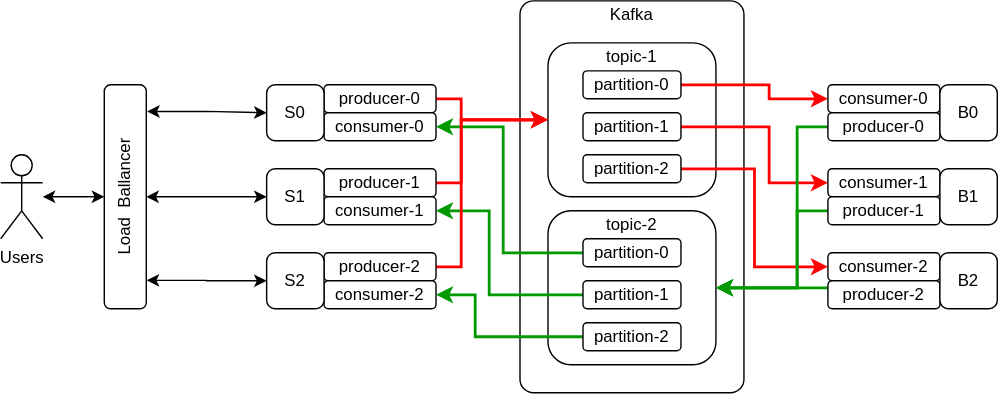
The draw.io diagram spring-kafka/docs/cluster/kafka-cluster-topics.svg in jveverka/spring-examples, before a commit. Source tidied: cells renumbered, new cells last; positions are measured from the earlier drawing's top-left corner, leaving out a move shared by most shapes.
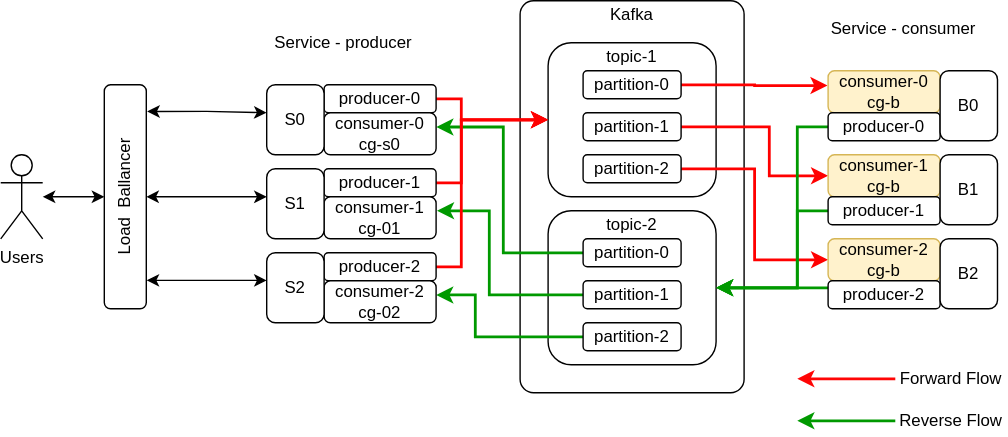
After the commit.

Change to the diagram source:
```diff
@@ -14,13 +14,8 @@
     <mxCell id="5" value="topic-1" style="text;html=1;strokeColor=none;fillColor=none;align=center;verticalAlign=middle;whiteSpace=wrap;rounded=0;" parent="1" vertex="1">
       <mxGeometry x="431" y="30" width="40" height="20" as="geometry" />
     </mxCell>
-    <mxCell id="6" style="edgeStyle=orthogonalEdgeStyle;rounded=0;jettySize=auto;html=1;entryX=0;entryY=0.5;entryDx=0;entryDy=0;strokeColor=#FF0000;strokeWidth=2;" parent="1" edge="1" source="7" target="22">
-      <mxGeometry relative="1" as="geometry">
-        <Array as="points">
-          <mxPoint x="549" y="60" />
-          <mxPoint x="549" y="70" />
-        </Array>
-      </mxGeometry>
+    <mxCell id="6" style="edgeStyle=orthogonalEdgeStyle;rounded=0;jettySize=auto;html=1;entryX=-0.005;entryY=0.352;entryDx=0;entryDy=0;strokeColor=#FF0000;strokeWidth=2;entryPerimeter=0;" parent="1" edge="1" source="7" target="22">
+      <mxGeometry relative="1" as="geometry" />
     </mxCell>
     <mxCell id="7" value="partition-0" style="rounded=1;whiteSpace=wrap;html=1;" parent="1" vertex="1">
       <mxGeometry x="416" y="50" width="70" height="20" as="geometry" />
@@ -29,7 +24,7 @@
       <mxGeometry relative="1" as="geometry">
         <Array as="points">
           <mxPoint x="549" y="90" />
-          <mxPoint x="549" y="130" />
+          <mxPoint x="549" y="125" />
         </Array>
       </mxGeometry>
     </mxCell>
@@ -48,7 +43,7 @@
     <mxCell id="13" value="topic-2" style="text;html=1;strokeColor=none;fillColor=none;align=center;verticalAlign=middle;whiteSpace=wrap;rounded=0;" parent="1" vertex="1">
       <mxGeometry x="431" y="150" width="40" height="20" as="geometry" />
     </mxCell>
-    <mxCell id="14" style="edgeStyle=orthogonalEdgeStyle;rounded=0;jettySize=auto;html=1;entryX=1;entryY=0.5;entryDx=0;entryDy=0;strokeColor=#009900;strokeWidth=2;" parent="1" edge="1" source="15" target="35">
+    <mxCell id="14" style="edgeStyle=orthogonalEdgeStyle;rounded=0;jettySize=auto;html=1;entryX=1.002;entryY=0.338;entryDx=0;entryDy=0;strokeColor=#009900;strokeWidth=2;entryPerimeter=0;" parent="1" edge="1" source="15" target="35">
       <mxGeometry relative="1" as="geometry">
         <Array as="points">
           <mxPoint x="359" y="180" />
@@ -59,7 +54,7 @@
     <mxCell id="15" value="partition-0" style="rounded=1;whiteSpace=wrap;html=1;" parent="1" vertex="1">
       <mxGeometry x="416" y="170" width="70" height="20" as="geometry" />
     </mxCell>
-    <mxCell id="16" style="edgeStyle=orthogonalEdgeStyle;rounded=0;jettySize=auto;html=1;entryX=1;entryY=0.5;entryDx=0;entryDy=0;strokeColor=#009900;strokeWidth=2;" parent="1" edge="1" source="17" target="36">
+    <mxCell id="16" style="edgeStyle=orthogonalEdgeStyle;rounded=0;jettySize=auto;html=1;entryX=1.008;entryY=0.334;entryDx=0;entryDy=0;strokeColor=#009900;strokeWidth=2;entryPerimeter=0;" parent="1" edge="1" source="17" target="36">
       <mxGeometry relative="1" as="geometry">
         <Array as="points">
           <mxPoint x="349" y="210" />
@@ -70,7 +65,7 @@
     <mxCell id="17" value="partition-1" style="rounded=1;whiteSpace=wrap;html=1;" parent="1" vertex="1">
       <mxGeometry x="416" y="200" width="70" height="20" as="geometry" />
     </mxCell>
-    <mxCell id="18" style="edgeStyle=orthogonalEdgeStyle;rounded=0;jettySize=auto;html=1;entryX=1;entryY=0.5;entryDx=0;entryDy=0;strokeColor=#009900;strokeWidth=2;" parent="1" edge="1" source="19" target="37">
+    <mxCell id="18" style="edgeStyle=orthogonalEdgeStyle;rounded=0;jettySize=auto;html=1;entryX=1.001;entryY=0.338;entryDx=0;entryDy=0;strokeColor=#009900;strokeWidth=2;entryPerimeter=0;" parent="1" edge="1" source="19" target="37">
       <mxGeometry relative="1" as="geometry">
         <Array as="points">
           <mxPoint x="339" y="240" />
@@ -92,14 +87,14 @@
     <mxCell id="21" value="producer-0" style="rounded=1;whiteSpace=wrap;html=1;" parent="1" vertex="1">
       <mxGeometry x="231" y="60" width="80" height="20" as="geometry" />
     </mxCell>
-    <mxCell id="22" value="consumer-0" style="rounded=1;whiteSpace=wrap;html=1;" parent="1" vertex="1">
-      <mxGeometry x="591" y="60" width="80" height="20" as="geometry" />
+    <mxCell id="22" value="consumer-0&lt;br&gt;cg-b" style="rounded=1;whiteSpace=wrap;html=1;fillColor=#fff2cc;strokeColor=#d6b656;" parent="1" vertex="1">
+      <mxGeometry x="591" y="50" width="80" height="30" as="geometry" />
     </mxCell>
-    <mxCell id="23" value="consumer-1" style="rounded=1;whiteSpace=wrap;html=1;" parent="1" vertex="1">
-      <mxGeometry x="591" y="120" width="80" height="20" as="geometry" />
+    <mxCell id="23" value="consumer-1&lt;br&gt;cg-b" style="rounded=1;whiteSpace=wrap;html=1;fillColor=#fff2cc;strokeColor=#d6b656;" parent="1" vertex="1">
+      <mxGeometry x="591" y="110" width="80" height="30" as="geometry" />
     </mxCell>
-    <mxCell id="24" value="consumer-2" style="rounded=1;whiteSpace=wrap;html=1;" parent="1" vertex="1">
-      <mxGeometry x="591" y="180" width="80" height="20" as="geometry" />
+    <mxCell id="24" value="consumer-2&lt;br&gt;cg-b" style="rounded=1;whiteSpace=wrap;html=1;fillColor=#fff2cc;strokeColor=#d6b656;" parent="1" vertex="1">
+      <mxGeometry x="591" y="170" width="80" height="30" as="geometry" />
     </mxCell>
     <mxCell id="25" style="edgeStyle=orthogonalEdgeStyle;rounded=0;jettySize=auto;html=1;entryX=0;entryY=0.5;entryDx=0;entryDy=0;strokeColor=#FF0000;strokeWidth=2;" parent="1" edge="1" source="26" target="4">
       <mxGeometry relative="1" as="geometry">
@@ -123,7 +118,7 @@
     <mxCell id="28" value="producer-2" style="rounded=1;whiteSpace=wrap;html=1;" parent="1" vertex="1">
       <mxGeometry x="231" y="180" width="80" height="20" as="geometry" />
     </mxCell>
-    <mxCell id="29" style="edgeStyle=orthogonalEdgeStyle;rounded=0;jettySize=auto;html=1;entryX=0;entryY=0.5;entryDx=0;entryDy=0;exitX=0.881;exitY=1.021;exitDx=0;exitDy=0;exitPerimeter=0;startArrow=classic;startFill=1;" parent="1" edge="1" source="32" target="39">
+    <mxCell id="29" style="edgeStyle=orthogonalEdgeStyle;rounded=0;jettySize=auto;html=1;entryX=-0.001;entryY=0.398;entryDx=0;entryDy=0;exitX=0.881;exitY=1.021;exitDx=0;exitDy=0;exitPerimeter=0;startArrow=classic;startFill=1;entryPerimeter=0;" parent="1" edge="1" source="32" target="39">
       <mxGeometry relative="1" as="geometry">
         <Array as="points">
           <mxPoint x="147" y="80" />
@@ -131,10 +126,20 @@
       </mxGeometry>
     </mxCell>
     <mxCell id="30" style="edgeStyle=orthogonalEdgeStyle;rounded=0;jettySize=auto;html=1;startArrow=classic;startFill=1;" parent="1" edge="1" source="32" target="40">
-      <mxGeometry relative="1" as="geometry" />
+      <mxGeometry relative="1" as="geometry">
+        <Array as="points">
+          <mxPoint x="169" y="140" />
+          <mxPoint x="169" y="140" />
+        </Array>
+      </mxGeometry>
     </mxCell>
     <mxCell id="31" style="edgeStyle=orthogonalEdgeStyle;rounded=0;jettySize=auto;html=1;startArrow=classic;startFill=1;exitX=0.127;exitY=1.006;exitDx=0;exitDy=0;exitPerimeter=0;" parent="1" edge="1" source="32" target="38">
-      <mxGeometry relative="1" as="geometry" />
+      <mxGeometry relative="1" as="geometry">
+        <Array as="points">
+          <mxPoint x="169" y="200" />
+          <mxPoint x="169" y="200" />
+        </Array>
+      </mxGeometry>
     </mxCell>
     <mxCell id="32" value="Load&amp;nbsp; Ballancer" style="rounded=1;whiteSpace=wrap;html=1;rotation=-90;" parent="1" vertex="1">
       <mxGeometry x="9" y="125" width="160" height="30" as="geometry" />
@@ -145,23 +150,23 @@
     <mxCell id="34" value="Users" style="shape=umlActor;verticalLabelPosition=bottom;verticalAlign=top;html=1;outlineConnect=0;" parent="1" vertex="1">
       <mxGeometry y="110" width="30" height="60" as="geometry" />
     </mxCell>
-    <mxCell id="35" value="consumer-0" style="rounded=1;whiteSpace=wrap;html=1;" parent="1" vertex="1">
-      <mxGeometry x="231" y="80" width="80" height="20" as="geometry" />
+    <mxCell id="35" value="consumer-0&lt;br&gt;cg-s0" style="rounded=1;whiteSpace=wrap;html=1;" parent="1" vertex="1">
+      <mxGeometry x="231" y="80" width="80" height="30" as="geometry" />
     </mxCell>
-    <mxCell id="36" value="consumer-1" style="rounded=1;whiteSpace=wrap;html=1;" parent="1" vertex="1">
-      <mxGeometry x="231" y="140" width="80" height="20" as="geometry" />
+    <mxCell id="36" value="consumer-1&lt;br&gt;cg-01" style="rounded=1;whiteSpace=wrap;html=1;" parent="1" vertex="1">
+      <mxGeometry x="231" y="140" width="80" height="30" as="geometry" />
     </mxCell>
-    <mxCell id="37" value="consumer-2" style="rounded=1;whiteSpace=wrap;html=1;" parent="1" vertex="1">
-      <mxGeometry x="231" y="200" width="80" height="20" as="geometry" />
+    <mxCell id="37" value="consumer-2&lt;br&gt;cg-02" style="rounded=1;whiteSpace=wrap;html=1;" parent="1" vertex="1">
+      <mxGeometry x="231" y="200" width="80" height="30" as="geometry" />
     </mxCell>
     <mxCell id="38" value="S2" style="rounded=1;whiteSpace=wrap;html=1;" parent="1" vertex="1">
-      <mxGeometry x="190" y="180" width="41" height="40" as="geometry" />
+      <mxGeometry x="190" y="180" width="41" height="50" as="geometry" />
     </mxCell>
     <mxCell id="39" value="S0" style="rounded=1;whiteSpace=wrap;html=1;" parent="1" vertex="1">
-      <mxGeometry x="190" y="60" width="41" height="40" as="geometry" />
+      <mxGeometry x="190" y="60" width="41" height="50" as="geometry" />
     </mxCell>
     <mxCell id="40" value="S1" style="rounded=1;whiteSpace=wrap;html=1;" parent="1" vertex="1">
-      <mxGeometry x="190" y="120" width="41" height="40" as="geometry" />
+      <mxGeometry x="190" y="120" width="41" height="50" as="geometry" />
     </mxCell>
     <mxCell id="41" style="edgeStyle=orthogonalEdgeStyle;rounded=0;jettySize=auto;html=1;entryX=1;entryY=0.5;entryDx=0;entryDy=0;strokeColor=#009900;strokeWidth=2;" parent="1" edge="1" source="42" target="12">
       <mxGeometry relative="1" as="geometry">
@@ -197,13 +202,37 @@
       <mxGeometry x="591" y="200" width="80" height="20" as="geometry" />
     </mxCell>
     <mxCell id="47" value="B0" style="rounded=1;whiteSpace=wrap;html=1;" parent="1" vertex="1">
-      <mxGeometry x="671" y="60" width="41" height="40" as="geometry" />
+      <mxGeometry x="671" y="50" width="41" height="50" as="geometry" />
     </mxCell>
     <mxCell id="48" value="B1" style="rounded=1;whiteSpace=wrap;html=1;" parent="1" vertex="1">
-      <mxGeometry x="671" y="120" width="41" height="40" as="geometry" />
+      <mxGeometry x="671" y="110" width="41" height="50" as="geometry" />
     </mxCell>
     <mxCell id="49" value="B2" style="rounded=1;whiteSpace=wrap;html=1;" parent="1" vertex="1">
-      <mxGeometry x="671" y="180" width="41" height="40" as="geometry" />
+      <mxGeometry x="671" y="170" width="41" height="50" as="geometry" />
     </mxCell>
+    <mxCell id="50" value="Service - producer" style="text;html=1;strokeColor=none;fillColor=none;align=center;verticalAlign=middle;whiteSpace=wrap;rounded=0;" parent="1" vertex="1">
+      <mxGeometry x="191" y="20" width="108" height="20" as="geometry" />
+    </mxCell>
+    <mxCell id="51" value="Service - consumer" style="text;html=1;strokeColor=none;fillColor=none;align=center;verticalAlign=middle;whiteSpace=wrap;rounded=0;" parent="1" vertex="1">
+      <mxGeometry x="591" y="10" width="108" height="20" as="geometry" />
+    </mxCell>
+    <mxCell id="52" style="endArrow=classic;html=1;strokeWidth=2;strokeColor=#FF0505;" parent="1" edge="1">
+      <mxGeometry relative="1" as="geometry">
+        <mxPoint x="639" y="270" as="sourcePoint" />
+        <mxPoint x="569" y="270" as="targetPoint" />
+      </mxGeometry>
+    </mxCell>
+    <mxCell id="53" style="endArrow=classic;html=1;strokeWidth=2;strokeColor=#009900;" parent="1" edge="1">
+      <mxGeometry relative="1" as="geometry">
+        <mxPoint x="639" y="300" as="sourcePoint" />
+        <mxPoint x="569" y="300" as="targetPoint" />
+      </mxGeometry>
+    </mxCell>
+    <mxCell id="54" value="Forward Flow" style="text;html=1;strokeColor=none;fillColor=none;align=center;verticalAlign=middle;whiteSpace=wrap;rounded=0;" parent="1" vertex="1">
+      <mxGeometry x="639" y="260" width="80" height="20" as="geometry" />
+    </mxCell>
+    <mxCell id="55" value="Reverse Flow" style="text;html=1;strokeColor=none;fillColor=none;align=center;verticalAlign=middle;whiteSpace=wrap;rounded=0;" parent="1" vertex="1">
+      <mxGeometry x="639" y="290" width="80" height="20" as="geometry" />
+    </mxCell>
   </root>
 </mxGraphModel>
```
